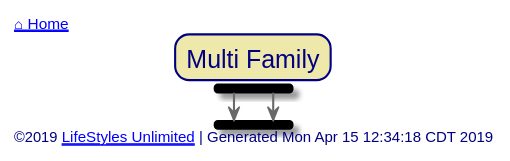
toddmo/lifestylesunlimited keeps this PlantUML diagram as out/src/multi-family/index.svg. Above is the earlier version.
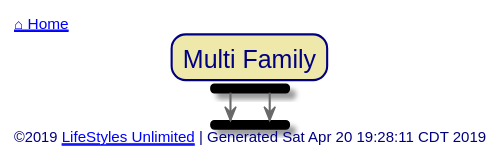
The same diagram one commit later.

What changed in the source:
```diff
@@ -16,7 +16,8 @@
 skinparam activity {
   BackgroundColor Ivory
   BorderColor CornflowerBlue
-  FontColor DarkGray
+  FontColor DimGray
+
 
   Arrow {
     Color dimgray
@@ -24,11 +25,11 @@
   }
 
   Start {
-    Color Navy
+    Color PHYSICAL
   }
 
   End {
-    Color Red
+    Color Coral
   }
 
   Diamond {
@@ -46,13 +47,21 @@
 }
 
 skinparam Partition {
-  BackgroundColor DarkSeaGreen
+  BackgroundColor Ivory
   BorderColor CornflowerBlue
   BorderThickness 1
+  FontColor CornflowerBlue
+  FontSize 16
+  BorderRoundCorner 20
+}
+
+skinparam Note {
+  BackgroundColor LightSteelBlue
+  BorderColor CornflowerBlue
   FontColor White
-  FontSize 16
 }
-skinparam Note {
+
+skinparam Legend {
   BackgroundColor LightSteelBlue
   BorderColor CornflowerBlue
   FontColor White
@@ -75,8 +84,9 @@
 	end fork
 
 
+
 left footer
-	©2019 [[http://www.lifestylesunlimited.com LifeStyles Unlimited]] | Generated Mon Apr 15 12:34:18 CDT 2019
+	©2019 [[http://www.lifestylesunlimited.com LifeStyles Unlimited]] | Generated Sat Apr 20 19:28:11 CDT 2019
 endfooter
 
 
```
